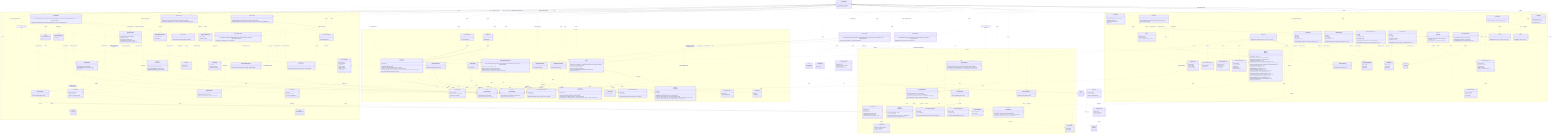
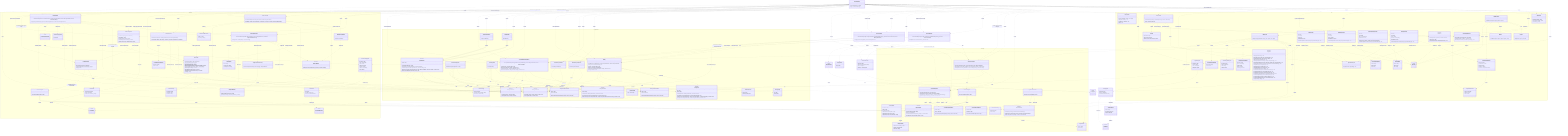
classDiagram
  direction TB

  class LicenseWizard {
    +LicenseWizard(args: string[])
    +run() Promise~Answer[]~
  }

  class LicenseInstaller {
    +LicenseInstaller(config: Config, manifests: ProjectManifestRepository, generator: LicenseGenerator)
    +install(selection: LicenseSelection) Promise~void~
  }

  class LicenseVerifier {
    +LicenseVerifier(config: Config, manifests: ProjectManifestRepository, generator: LicenseGenerator, reader: IFileSystemReader)
    +verify(options: VerifyOptions) Promise~VerifyOutcome~
  }

  class LicenseSelection {
    +licenseId: string
    +tokens: Record~string, string~
    +save: ConfigSave
    +headers?: HeaderConfig
  }

  class ConfigSave {
    <<union>>
  }

  class VerifyOptions {
    +fix: boolean
  }

  class VerifyOutcome {
    <<union>>
  }

  class VerifyReport {
    +licenseId: string
    +license: DriftStatus
    +manifests: ManifestCheck[]
  }

  class ManifestCheck {
    +name: string
    +declared: string | null
    +status: DriftStatus
  }

  class DriftStatus {
    <<union>>
  }

  namespace CLI {
    class FlagParser {
      +FlagParser(flags: object)
      +parse(args: string[]) object
      +formatHelp() string
    }

    class Orchestrator {
      +Orchestrator(repository: QuestionRepository, renderer: IRenderer)
      +run() Promise~Answer[]~
    }

    class IRenderer {
      <<interface>>
      +render(question: Question) Promise~Answer~
      +onCancel() string
      +complete(summary: CompletionSummary) void
    }

    class CompletionSummary {
      +licenseId: string
      +customized: boolean
      +savedTo: string
      +manifests: string[]
      +headers?: CompletionHeaders
    }

    class CompletionHeaders {
      +style: HeaderStyle
      +written: number
      +total: number
    }

    class ProgressBar {
      +ProgressBar(label: string, out?: object)
      +start(total: number) void
      +update(done: number) void
      +stop() void
    }

    class ClackRenderer {
      +ClackRenderer(meta: object, spinner: Spinner)
    }

    class IReporter {
      <<interface>>
      +usage(options: string) void
      +tokens(licenseId: string, slots: TemplateSlot[]) void
      +generated(licenseId: string, savedTo: string) void
      +dryRun(report: DryRunReport) void
      +missingFields(licenseId: string, missing: TemplateSlot[]) void
      +unknownFields(licenseId: string, unknown: string[], slots: TemplateSlot[]) void
      +licenseNotFound(licenseId: string, suggestions: LicenseIndexEntry[]) void
      +verifyMatch(report: VerifyReport) void
      +verifyFixed(report: VerifyReport) void
      +verifyMismatch(report: VerifyReport) void
      +headersNoFiles(licenseId: string) void
      +headersGenerated(report: HeaderGenerateReport) void
      +headersDryRun(report: HeaderDryRunReport) void
      +headersRemoved(report: HeaderRemoveReport) void
      +headersRemoveDryRun(report: HeaderRemoveReport) void
      +headersVerifyMatch(report: HeaderVerifyReport) void
      +headersVerifyFixed(report: HeaderVerifyReport) void
      +headersVerifyMismatch(report: HeaderVerifyReport) void
      +error(message: string) void
    }

    class HeaderGenerateReport {
      +licenseId: string
      +style: HeaderStyle
      +total: number
      +written: number
      +unchanged: number
    }

    class HeaderDryRunReport {
      +licenseId: string
      +style: HeaderStyle
      +files: string[]
      +sample: string
    }

    class HeaderRemoveReport {
      +removed: string[]
      +total: number
    }

    class DryRunReport {
      +licenseId: string
      +content: string
      +save: ConfigSave
      +manifests: string[]
    }

    class CliReporter {
      +CliReporter(programName: string, out?: object, err?: object)
    }

    class Banner {
      +buildBanner(meta: object, options: object) string
    }

    class Spinner {
      +start(handle: object) Function
    }

    class QuestionRepository {
      +QuestionRepository(questions: Question[])
      +getByIndex(index: number) Question | null
      +insertAt(index: number, questions: Question[]) void
    }

    class QuestionLifecycle {
      +inject(questions: Question[]) void
    }

    class Question {
      <<union>>
    }

    class TextQuestion {
      +id: string
      +text: string
      +type: "text"
      +defaultValue: string
      +onAnswer(answer: Answer, lifecycle: QuestionLifecycle) void
    }

    class ConfirmQuestion {
      +id: string
      +text: string
      +type: "confirm"
      +defaultValue: boolean
      +onAnswer(answer: Answer, lifecycle: QuestionLifecycle) void
    }

    class AutocompleteQuestion {
      +id: string
      +text: string
      +type: "autocomplete"
      +defaultValue: string
      +search(query: string) Promise~AutocompleteOption[]~
      +onAnswer(answer: Answer, lifecycle: QuestionLifecycle) void
    }

    class AutocompleteOption {
      +value: string
      +label: string
      +hint: string
    }

    class SelectQuestion {
      +id: string
      +text: string
      +type: "select"
      +options: SelectOption[]
      +defaultValue: string
      +onAnswer(answer: Answer, lifecycle: QuestionLifecycle) void
    }

    class SelectOption {
      +value: string
      +label: string
      +hint: string
    }

    class Answer {
      +questionId: string
      +value: string | boolean
      +fields: Record~string, string | boolean~
    }
  }

  namespace Licensing {
    class LicenseRepository {
      +LicenseRepository(source: ILicenseSource)
      +search(query: string) Promise~LicenseIndexEntry[]~
      +suggest(query: string, limit: number) Promise~LicenseIndexEntry[]~
      +getLicense(licenseId: string) Promise~LicenseDetail~
    }

    class LicenseRepositoryError {
      +name: string
      +cause: unknown
      +LicenseRepositoryError(message: string, cause?: unknown)
    }

    class LicenseNotFoundError {
      +name: string
      +licenseId: string
      +LicenseNotFoundError(licenseId: string)
    }

    class ILicenseSource {
      <<interface>>
      +search(query: string) Promise~LicenseIndexEntry[]~
      +suggest(query: string, limit: number) Promise~LicenseIndexEntry[]~
      +fetchLicense(licenseId: string) Promise~LicenseDetail~
    }

    class SpdxLicenseSource {
      +SpdxLicenseSource(ttlMs: number)
    }

    class LicenseIndexEntry {
      +licenseId: string
      +name: string
    }

    class LicenseDetail {
      +licenseId: string
      +name: string
      +licenseText: string
      +standardLicenseTemplate?: string
      +standardLicenseHeader?: string
      +standardLicenseHeaderTemplate?: string
    }

    class SpdxTemplate {
      <<abstract>>
      +SpdxTemplate(template: string)
      +slots() TemplateSlot[]
      +resolveSlots(entries: Map~string, string~) SlotResolution
      +render(values: Record~string, string~) string
    }

    class LicenseTemplate {
      +LicenseTemplate(template: string)
    }

    class TemplateSlot {
      +token: string
      +label: string
    }

    class SlotResolution {
      +values: Record~string, string~
      +missing: TemplateSlot[]
      +unknown: string[]
    }

    class LicenseGenerator {
      +LicenseGenerator(repository: LicenseRepository, writer: IFileSystemWriter)
      +generate(licenseId: string, slotValues?: Record~string, string~) Promise~void~
      +render(licenseId: string, slotValues?: Record~string, string~) Promise~string~
    }
  }

  namespace Configuration {
    class IFileSystemReader {
      <<interface>>
      +read(path: string) Promise~string~
      +exists(path: string) Promise~boolean~
    }

    class IFileSystemWriter {
      <<interface>>
      +write(path: string, content: string) Promise~void~
      +delete(path: string) Promise~void~
    }

    class NodeFileSystemReader {
      +NodeFileSystemReader()
    }

    class NodeFileSystemWriter {
      +NodeFileSystemWriter()
    }

    class FileSystemReaderError {
      +name: string
      +cause: unknown
      +FileSystemReaderError(message: string, cause?: unknown)
    }

    class FileSystemWriterError {
      +name: string
      +cause: unknown
      +FileSystemWriterError(message: string, cause?: unknown)
    }

    class WizardConfig {
      +licenseId: string
      +tokens?: Record~string, string~
      +headers?: HeaderConfig
    }

    class HeaderConfig {
      +style: HeaderStyle
    }

    class ConfigTarget {
      +id: string
      +label: string
    }

    class IConfigStore {
      <<interface>>
      +id: string
      +label: string
      +available(reader: IFileSystemReader) Promise~boolean~
      +read(reader: IFileSystemReader) Promise~WizardConfig | null~
      +write(reader: IFileSystemReader, writer: IFileSystemWriter, config: WizardConfig) Promise~void~
      +clear(reader: IFileSystemReader, writer: IFileSystemWriter) Promise~void~
    }

    class RcConfigStore {
      +RcConfigStore()
    }

    class ManifestConfigStore {
      +ManifestConfigStore(fileName: string)
    }

    class Config {
      +Config(stores: IConfigStore[], reader: IFileSystemReader, writer: IFileSystemWriter)
      +read() Promise~WizardConfig | null~
      +source() Promise~string | null~
      +targets() Promise~ConfigTarget[]~
      +write(config: WizardConfig, targetId: string) Promise~void~
      +clear() Promise~void~
    }

    class IProjectManifest {
      <<interface>>
      +name: string
      +exists(reader: IFileSystemReader) Promise~boolean~
      +readLicense(reader: IFileSystemReader) Promise~string | null~
      +writeLicense(reader: IFileSystemReader, writer: IFileSystemWriter, licenseId: string) Promise~void~
    }

    class JsonManifest {
      <<abstract>>
      +JsonManifest(fileName: string)
      +name: string
      +exists(reader: IFileSystemReader) Promise~boolean~
      +readLicense(reader: IFileSystemReader) Promise~string | null~
      +writeLicense(reader: IFileSystemReader, writer: IFileSystemWriter, licenseId: string) Promise~void~
      #extractLicenseId(value: unknown)* string | null
    }

    class NpmManifest {
      +NpmManifest()
    }

    class ComposerManifest {
      +ComposerManifest()
    }

    class ProjectManifestRepository {
      +ProjectManifestRepository(manifests: IProjectManifest[], reader: IFileSystemReader, writer: IFileSystemWriter)
      +readLicense() Promise~string | null~
      +writeLicense(licenseId: string) Promise~void~
      +declaredLicenses() Promise~ManifestLicense[]~
      +writeLicenseTo(name: string, licenseId: string) Promise~void~
    }

    class ManifestLicense {
      +name: string
      +licenseId: string | null
    }
  }

  namespace Headers {
    class HeaderPlan {
      +detail: LicenseDetail
      +style: HeaderStyle
      +tokens: Record~string, string~
    }

    class HeaderStyle {
      <<union>>
    }

    class HeaderRenderer {
      +HeaderRenderer(plan: HeaderPlan)
      +supportsFull(detail: LicenseDetail)$ boolean
      +body() string
    }

    class HeaderTemplate {
      +HeaderTemplate(template: string)
    }

    class HeaderComposer {
      +HeaderComposer(plan: HeaderPlan)
      +fingerprint() string
      +block(extension: string) string
      +hasManaged(content: string) boolean
      +apply(content: string, filePath: string) string
    }

    class SourceFileScanner {
      +SourceFileScanner(walker: IFileTreeWalker, reader: IFileSystemReader, matchers?: GitignoreMatcherFactory)
      +scan(options?: ScanOptions) Promise~string[]~
    }

    class ScanOptions {
      +root?: string
      +extensions?: string[]
      +extraIgnores?: string[]
    }

    class GitignoreMatcher {
      +GitignoreMatcher(patterns: string[])
      +ignores(path: string, isDirectory: boolean) boolean
    }

    class GitignoreMatcherFactory {
      +fromContent(content: string, extra?: string[]) GitignoreMatcher
    }

    class IFileTreeWalker {
      <<interface>>
      +walk(root: string, skipDirectory: Function) Promise~string[]~
    }

    class NodeFileTreeWalker {
      +NodeFileTreeWalker()
    }

    class HeaderInstaller {
      +HeaderInstaller(reader: IFileSystemReader, writer: IFileSystemWriter)
      +install(files: string[], plan: HeaderPlan, onProgress?: Function) Promise~HeaderInstallSummary~
    }

    class HeaderInstallSummary {
      +written: string[]
      +unchanged: string[]
    }

-     class ManagedBlock {
-       <<module>>
-       +splitToLines(content: string) string[]
-       +dropLeadingBlanks(lines: string[]) string[]
-       +stripManagedBlocks(lines: string[]) string[]
-     }
- 
-     class HeaderStripper {
-       +strip(content: string, filePath: string) StripResult
-     }
- 
-     class StripResult {
-       +content: string
-       +removed: boolean
+     class SourceFile {
+       +SourceFile(content: string, path: string)
+       +extensionOf(path: string)$ string
+       +supportedExtensions()$ string[]
+       +isSupported(path: string, extensions?: string[])$ boolean
+       +commentStyleFor(extension: string)$ CommentStyle
+       +hasManagedHeader() boolean
+       +withoutManagedHeaders() SourceFile
+       +withManagedHeader(block: string) SourceFile
+       +toString() string
+     }
+ 
+     class CommentStyle {
+       +blockStart: string
+       +linePrefix: string
+       +blockEnd: string
    }

    class HeaderRemover {
      +HeaderRemover(reader: IFileSystemReader, writer: IFileSystemWriter)
      +remove(files: string[], onProgress?: Function) Promise~HeaderRemoveSummary~
    }

    class HeaderRemoveSummary {
      +removed: string[]
      +total: number
    }

    class HeaderVerifier {
      +HeaderVerifier(scanner: SourceFileScanner, reader: IFileSystemReader, writer: IFileSystemWriter, licenses: LicenseRepository)
      +verify(config: WizardConfig, options: HeaderVerifyOptions) Promise~HeaderVerifyOutcome~
    }

    class HeaderVerifyOptions {
      +fix: boolean
    }

    class HeaderVerifyOutcome {
      <<union>>
    }

    class HeaderVerifyReport {
      +licenseId: string
      +style: HeaderStyle
      +total: number
      +matched: string[]
      +missing: string[]
      +drifted: HeaderDrift[]
      +fixed: string[]
    }

    class HeaderDrift {
      +file: string
      +declares: object | null
      +reason: HeaderDriftReason
    }

    class HeaderDriftReason {
      <<union>>
    }
  }

  TextQuestion ..|> Question : member of
  ConfirmQuestion ..|> Question : member of
  AutocompleteQuestion ..|> Question : member of
  SelectQuestion ..|> Question : member of
  TextQuestion ..> QuestionLifecycle : onAnswer receives
  ConfirmQuestion ..> QuestionLifecycle : onAnswer receives
  AutocompleteQuestion ..> QuestionLifecycle : onAnswer receives
  SelectQuestion ..> QuestionLifecycle : onAnswer receives
  SelectQuestion ..> SelectOption : offers
  Orchestrator ..> QuestionLifecycle : creates
  ClackRenderer ..|> IRenderer : implements
  ClackRenderer ..> Spinner : uses
  ClackRenderer ..> Banner : renders
  IRenderer ..> CompletionSummary : renders
  ClackRenderer ..> CompletionSummary : renders
  CliReporter ..|> IReporter : implements
  CliReporter ..> TemplateSlot : renders
  CliReporter ..> VerifyReport : renders
  CliReporter ..> DryRunReport : renders
  LicenseWizard ..> FlagParser : uses
  LicenseWizard ..> FlagParser : reads defaults from
  LicenseWizard ..> QuestionRepository : creates
  LicenseWizard ..> ClackRenderer : creates
  LicenseWizard ..> CliReporter : creates
  LicenseWizard ..> IRenderer : reports completion through
  LicenseWizard ..> IReporter : reports through
  LicenseWizard ..> Orchestrator : creates
  LicenseWizard ..> SpdxLicenseSource : creates
  LicenseWizard ..> LicenseRepository : creates
  LicenseWizard ..> LicenseGenerator : creates
  LicenseWizard ..> LicenseGenerator : renders dry-run preview through
  LicenseWizard ..> LicenseInstaller : creates
  LicenseWizard ..> LicenseInstaller : applies selection through
  LicenseWizard ..> LicenseSelection : builds
  LicenseWizard ..> DryRunReport : builds
  LicenseWizard ..> LicenseVerifier : creates
  LicenseWizard ..> LicenseVerifier : verifies through
  LicenseInstaller ..> Config : uses
  LicenseInstaller ..> ProjectManifestRepository : writes selection to
  LicenseInstaller ..> LicenseGenerator : uses
  LicenseInstaller ..> LicenseSelection : applies
  LicenseVerifier ..> Config : reads config from
  LicenseVerifier ..> ProjectManifestRepository : checks and reconciles manifests through
  LicenseVerifier ..> LicenseGenerator : re-renders and rewrites with
  LicenseVerifier ..> IFileSystemReader : reads LICENSE through
  LicenseVerifier ..> VerifyOptions : configured by
  LicenseVerifier ..> VerifyOutcome : returns
  VerifyOutcome ..> VerifyReport : carries
  VerifyReport ..> ManifestCheck : aggregates
  VerifyReport ..> DriftStatus : statuses by
  ManifestCheck ..> DriftStatus : status by
  ProjectManifestRepository ..> ManifestLicense : produces
  LicenseSelection ..> ConfigSave : has
  DryRunReport ..> ConfigSave : carries
  Orchestrator ..> QuestionRepository : gets questions from
  Orchestrator ..> IRenderer : feeds questions to
  ClackRenderer ..> Question : renders
  QuestionRepository ..> Question : produces
  AutocompleteQuestion ..> AutocompleteOption : search produces
  Orchestrator ..> Answer : collects
  SpdxLicenseSource ..|> ILicenseSource : implements
  LicenseRepository ..> ILicenseSource : uses
  LicenseRepository ..> LicenseIndexEntry : produces
  LicenseRepository ..> LicenseDetail : produces
  LicenseRepository ..> LicenseRepositoryError : throws
  LicenseRepository ..> LicenseNotFoundError : throws
  SpdxLicenseSource ..> LicenseNotFoundError : throws
  LicenseWizard ..> LicenseNotFoundError : handles
  CliReporter ..> LicenseIndexEntry : renders
  LicenseGenerator ..> LicenseRepository : uses
  LicenseGenerator ..> IFileSystemWriter : uses
  LicenseGenerator ..> LicenseTemplate : uses
  LicenseTemplate --|> SpdxTemplate : extends
  HeaderTemplate --|> SpdxTemplate : extends
  SpdxTemplate ..> TemplateSlot : produces
  SpdxTemplate ..> SlotResolution : produces
  LicenseWizard ..> LicenseTemplate : creates
  NodeFileSystemReader ..|> IFileSystemReader : implements
  NodeFileSystemWriter ..|> IFileSystemWriter : implements
  NodeFileSystemReader ..> FileSystemReaderError : throws
  NodeFileSystemWriter ..> FileSystemWriterError : throws
  Config ..> IConfigStore : coordinates
  Config ..> IFileSystemReader : uses
  Config ..> IFileSystemWriter : uses
  Config ..> WizardConfig : produces
  Config ..> ConfigTarget : produces
  Config ..> FileSystemWriterError : throws
  RcConfigStore ..|> IConfigStore : implements
  ManifestConfigStore ..|> IConfigStore : implements
  RcConfigStore ..> IFileSystemReader : uses
  RcConfigStore ..> IFileSystemWriter : uses
  RcConfigStore ..> FileSystemReaderError : throws
  RcConfigStore ..> FileSystemWriterError : throws
  ManifestConfigStore ..> IFileSystemReader : uses
  ManifestConfigStore ..> IFileSystemWriter : uses
  ManifestConfigStore ..> FileSystemReaderError : throws
  ManifestConfigStore ..> FileSystemWriterError : throws
  JsonManifest ..|> IProjectManifest : implements
  NpmManifest --|> JsonManifest : extends
  ComposerManifest --|> JsonManifest : extends
  JsonManifest ..> IFileSystemReader : uses
  JsonManifest ..> IFileSystemWriter : uses
  JsonManifest ..> FileSystemReaderError : throws
  JsonManifest ..> FileSystemWriterError : throws
  ProjectManifestRepository ..> IProjectManifest : coordinates
  ProjectManifestRepository ..> IFileSystemReader : uses
  ProjectManifestRepository ..> IFileSystemWriter : uses
  LicenseWizard ..> NodeFileSystemReader : creates
  LicenseWizard ..> NodeFileSystemWriter : creates
  LicenseWizard ..> Config : creates
  LicenseWizard ..> Config : reads defaults from
  LicenseWizard ..> RcConfigStore : creates
  LicenseWizard ..> ManifestConfigStore : creates
  LicenseWizard ..> NpmManifest : creates
  LicenseWizard ..> ComposerManifest : creates
  LicenseWizard ..> ProjectManifestRepository : creates
  LicenseWizard ..> ProjectManifestRepository : reads defaults from
  LicenseWizard ..> SourceFileScanner : creates
  LicenseWizard ..> NodeFileTreeWalker : creates
  LicenseWizard ..> HeaderInstaller : creates
  LicenseWizard ..> HeaderInstaller : writes headers through
  LicenseWizard ..> HeaderRemover : creates
  LicenseWizard ..> HeaderRemover : removes headers through
-   LicenseWizard ..> HeaderStripper : previews removal with
+   LicenseWizard ..> SourceFile : previews removal with
  LicenseWizard ..> HeaderVerifier : creates
  LicenseWizard ..> HeaderVerifier : verifies headers through
  LicenseWizard ..> HeaderRenderer : checks full-header support with
  LicenseWizard ..> HeaderComposer : previews header block with
  LicenseWizard ..> ProgressBar : drives header progress with
  LicenseWizard ..> HeaderPlan : builds
  CliReporter ..> HeaderGenerateReport : renders
  CliReporter ..> HeaderDryRunReport : renders
  CliReporter ..> HeaderRemoveReport : renders
  CliReporter ..> HeaderVerifyReport : renders
  CliReporter ..> HeaderDrift : describes drift from
  HeaderConfig ..> HeaderStyle : style by
  HeaderPlan ..> LicenseDetail : carries
  HeaderPlan ..> HeaderStyle : styled by
  HeaderRenderer ..> HeaderPlan : renders
  HeaderRenderer ..> HeaderTemplate : substitutes header template with
  HeaderComposer ..> HeaderPlan : composes
  HeaderComposer ..> HeaderRenderer : renders body with
  HeaderInstaller ..> HeaderComposer : applies header with
  HeaderInstaller ..> HeaderPlan : applies
  HeaderInstaller ..> IFileSystemReader : reads files through
  HeaderInstaller ..> IFileSystemWriter : writes files through
  HeaderInstaller ..> HeaderInstallSummary : produces
-   HeaderStripper ..> StripResult : produces
-   HeaderStripper ..> ManagedBlock : strips blocks via
-   HeaderRemover ..> HeaderStripper : strips with
+   HeaderRemover ..> SourceFile : strips header through
  HeaderRemover ..> IFileSystemReader : reads files through
  HeaderRemover ..> IFileSystemWriter : writes files through
  HeaderRemover ..> HeaderRemoveSummary : produces
-   HeaderComposer ..> ManagedBlock : strips existing blocks via
+   HeaderComposer ..> SourceFile : places header through
+   SourceFile ..> CommentStyle : wraps with
+   SourceFileScanner ..> SourceFile : classifies paths with
  HeaderVerifier ..> SourceFileScanner : rediscovers files through
  HeaderVerifier ..> HeaderComposer : compares against
  HeaderVerifier ..> LicenseRepository : fetches header detail through
  HeaderVerifier ..> IFileSystemReader : reads files through
  HeaderVerifier ..> IFileSystemWriter : rewrites files through
  HeaderVerifier ..> WizardConfig : verifies against
  HeaderVerifier ..> HeaderVerifyOptions : configured by
  HeaderVerifier ..> HeaderVerifyOutcome : returns
  HeaderVerifyOutcome ..> HeaderVerifyReport : carries
  HeaderVerifyReport ..> HeaderDrift : details drift by
  HeaderDrift ..> HeaderDriftReason : explained by
  HeaderVerifier ..> HeaderDrift : classifies drift into
  SourceFileScanner ..> IFileTreeWalker : walks with
  SourceFileScanner ..> IFileSystemReader : reads .gitignore through
  SourceFileScanner ..> GitignoreMatcherFactory : builds matchers with
  SourceFileScanner ..> GitignoreMatcher : filters with
  SourceFileScanner ..> ScanOptions : configured by
  GitignoreMatcherFactory ..> GitignoreMatcher : creates
  NodeFileTreeWalker ..|> IFileTreeWalker : implements
  ClackRenderer ..> CompletionHeaders : renders
  CompletionSummary ..> CompletionHeaders : carries
